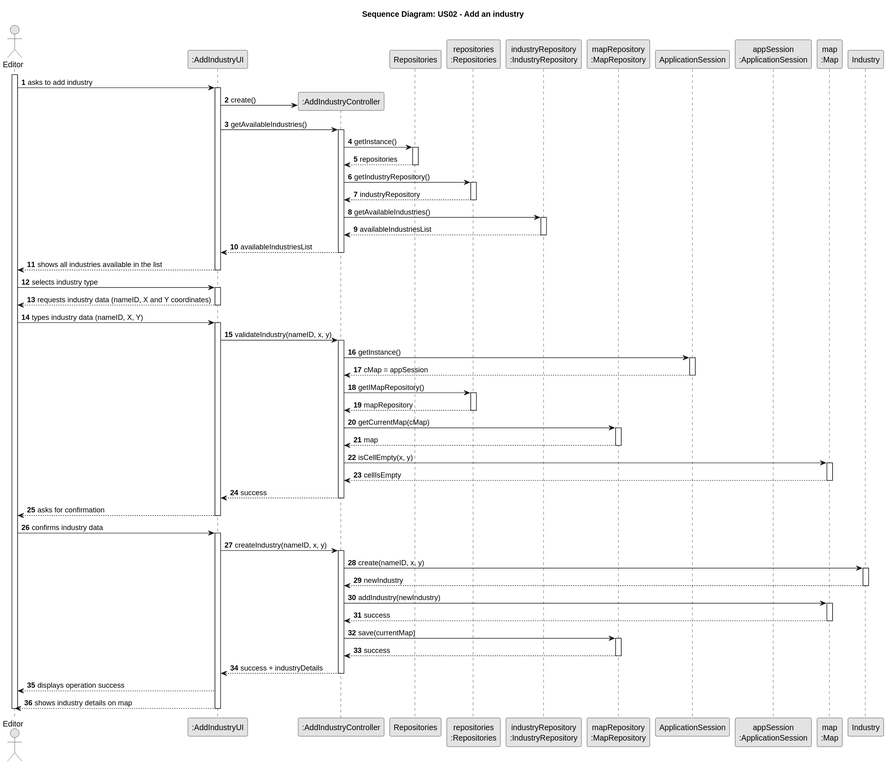
HenriqueSilva18/Railway-Network-Simulator keeps this PlantUML diagram as docs/system-documentation/Sprint 2/US02/03.design/svg/US02-SD-full.svg. Above is the earlier version.
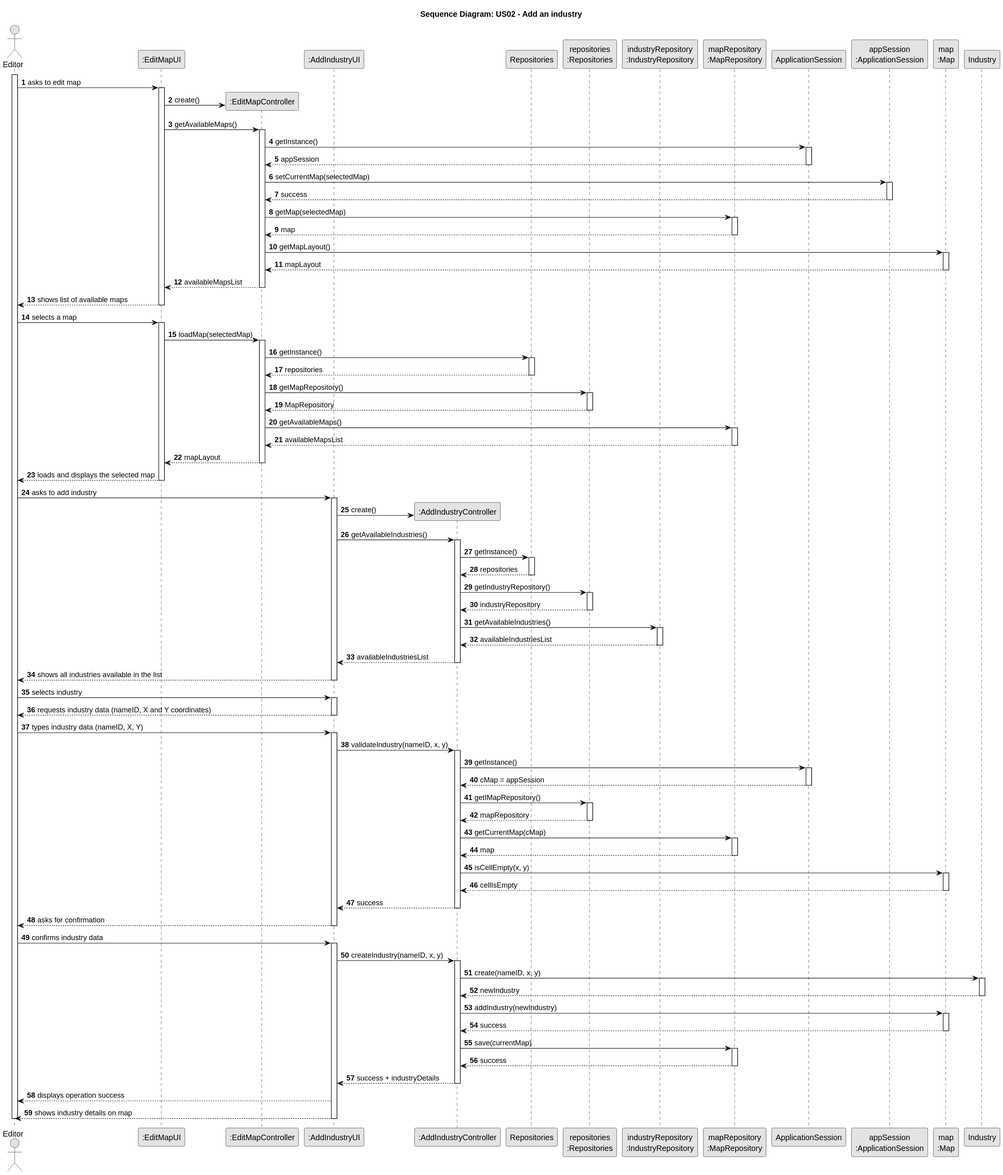
After the commit.

The edit, as a diff of the source:
```diff
@@ -8,6 +8,9 @@
 title Sequence Diagram: US02 - Add an industry
 
 actor "Editor" as editor
+
+participant ":EditMapUI" as mapUI
+participant ":EditMapController" as mapCTRL
 participant ":AddIndustryUI" as UI
 participant ":AddIndustryController" as CTRL
 participant "Repositories" as REPOS
@@ -20,6 +23,71 @@
 participant "Industry" as IND
 
 activate editor
+
+    editor -> mapUI : asks to edit map
+
+            activate mapUI
+                mapUI -> mapCTRL**: create()
+                mapUI -> mapCTRL: getAvailableMaps()
+
+                activate mapCTRL
+
+                    mapCTRL -> APP_SESSION: getInstance()
+                            activate APP_SESSION
+                                APP_SESSION --> mapCTRL:appSession
+                            deactivate APP_SESSION
+
+                            mapCTRL -> APP_SESSION_SINGLETON: setCurrentMap(selectedMap)
+                            activate APP_SESSION_SINGLETON
+                                APP_SESSION_SINGLETON --> mapCTRL: success
+                            deactivate APP_SESSION_SINGLETON
+
+
+                            mapCTRL -> REPOS_MAP: getMap(selectedMap)
+                            activate REPOS_MAP
+                                REPOS_MAP --> mapCTRL: map
+                            deactivate REPOS_MAP
+
+                            mapCTRL -> MAP: getMapLayout()
+                            activate MAP
+                                MAP --> mapCTRL: mapLayout
+                            deactivate MAP
+
+                    mapCTRL --> mapUI: availableMapsList
+                deactivate mapCTRL
+
+                mapUI --> editor: shows list of available maps
+            deactivate mapUI
+
+        editor -> mapUI: selects a map
+            activate mapUI
+
+                mapUI -> mapCTRL: loadMap(selectedMap)
+                activate mapCTRL
+
+                    mapCTRL -> REPOS: getInstance()
+                        activate REPOS
+                            REPOS --> mapCTRL: repositories
+                        deactivate REPOS
+
+                        mapCTRL -> REPOS_SINGLETON: getMapRepository()
+                        activate REPOS_SINGLETON
+                            REPOS_SINGLETON --> mapCTRL: MapRepository
+                        deactivate REPOS_SINGLETON
+
+                        mapCTRL -> REPOS_MAP: getAvailableMaps()
+                        activate REPOS_MAP
+                            REPOS_MAP --> mapCTRL: availableMapsList
+                        deactivate REPOS_MAP
+
+                    mapCTRL --> mapUI: mapLayout
+
+                deactivate mapCTRL
+
+                mapUI --> editor: loads and displays the selected map
+
+
+            deactivate mapUI
 
     editor -> UI : asks to add industry
         activate UI
@@ -51,7 +119,7 @@
         UI --> editor: shows all industries available in the list
         deactivate UI
 
-    editor -> UI: selects industry type
+    editor -> UI: selects industry
         activate UI
         UI --> editor: requests industry data (nameID, X and Y coordinates)
         deactivate UI
```
